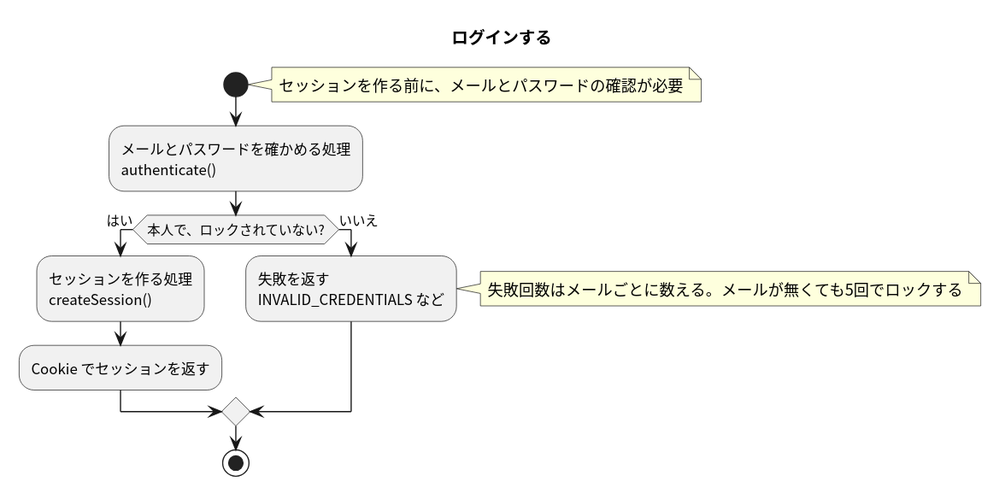
The PlantUML diagram apis/login/flow.svg in masamasamasato/design-doc-template, before a commit. Its source is kept beside it as apis/login/flow.puml.
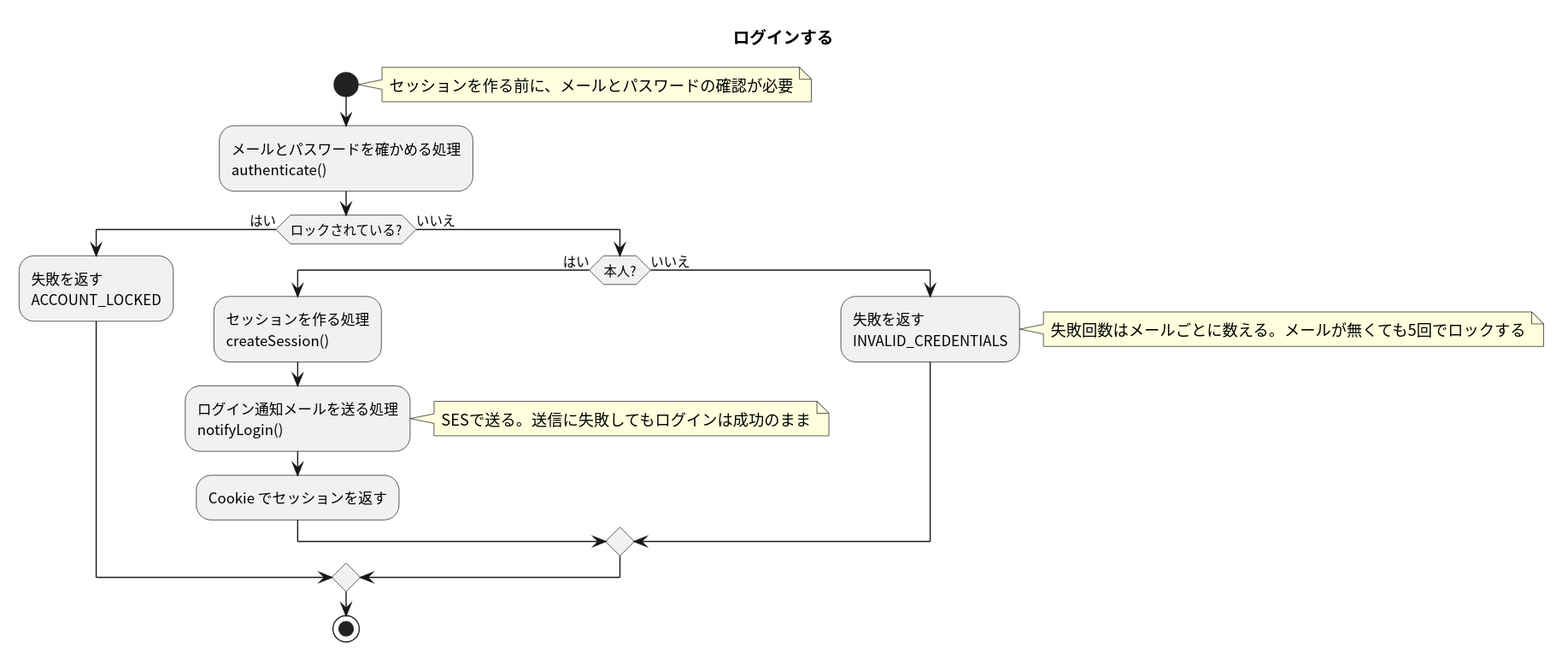
The same diagram one commit later.

Commit message:
構成図に役割とAZを明示し、ログイン通知メールを設計書に足す (#8)

Change to the diagram source:
```diff
@@ -8,12 +8,18 @@
 start
 note right: セッションを作る前に、メールとパスワードの確認が必要
 :メールとパスワードを確かめる処理\nauthenticate();
-if (本人で、ロックされていない?) then (はい)
-  :セッションを作る処理\ncreateSession();
-  :Cookie でセッションを返す;
+if (ロックされている?) then (はい)
+  :失敗を返す\nACCOUNT_LOCKED;
 else (いいえ)
-  :失敗を返す\nINVALID_CREDENTIALS など;
-  note right: 失敗回数はメールごとに数える。メールが無くても5回でロックする
+  if (本人?) then (はい)
+    :セッションを作る処理\ncreateSession();
+    :ログイン通知メールを送る処理\nnotifyLogin();
+    note right: SESで送る。送信に失敗してもログインは成功のまま
+    :Cookie でセッションを返す;
+  else (いいえ)
+    :失敗を返す\nINVALID_CREDENTIALS;
+    note right: 失敗回数はメールごとに数える。メールが無くても5回でロックする
+  endif
 endif
 stop
 @enduml
```
